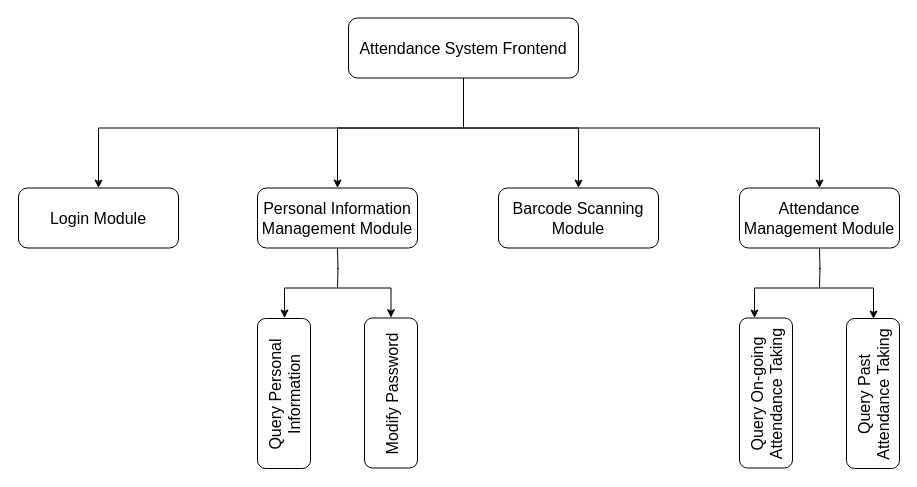
Earlier version of the draw.io diagram page "Page-2" (2 of 4) of attendance modules.drawio (fchen-group/attendance-system). Source tidied: cells renumbered, new cells numbered last; positions are measured from the earlier drawing's top-left corner, leaving out a move shared by most shapes. Both pictures are drawn from the tidied source at 100%, with x=0, y=0 at pixel (18, 18).
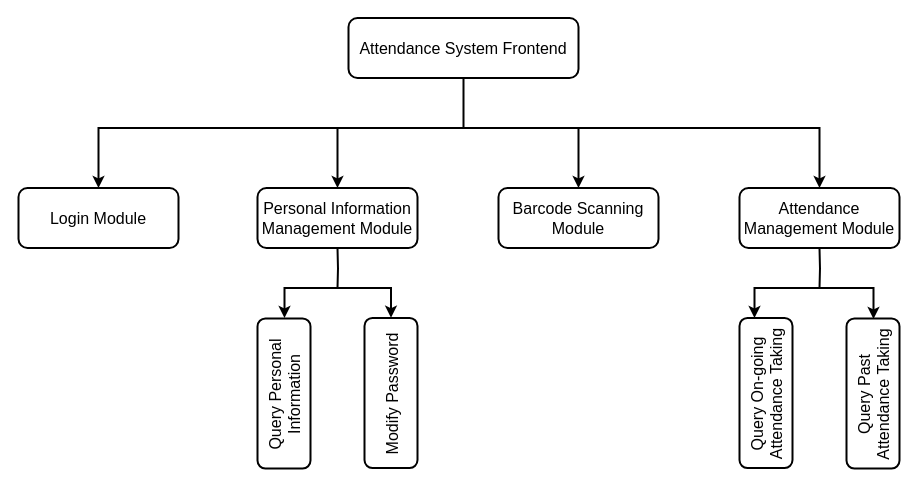
The same diagram, later.

What changed in the source:
```diff
@@
-    <mxCell id="2" style="group;" parent="1" vertex="1">
+    <mxCell id="2" style="group;strokeWidth=2;" parent="1" vertex="1">
       <mxGeometry y="-0.5" width="881" height="450.5" as="geometry" />
     </mxCell>
-    <mxCell id="3" style="edgeStyle=orthogonalEdgeStyle;rounded=0;jettySize=auto;html=1;startArrow=none;startFill=0;endArrow=none;endFill=0;fontSize=16;" parent="2" edge="1" source="4">
+    <mxCell id="3" style="edgeStyle=orthogonalEdgeStyle;rounded=0;jettySize=auto;html=1;startArrow=none;startFill=0;endArrow=none;endFill=0;fontSize=16;strokeWidth=2;" parent="2" edge="1" source="4">
       <mxGeometry relative="1" as="geometry">
         <mxPoint x="445" y="110" as="targetPoint" />
       </mxGeometry>
     </mxCell>
-    <mxCell id="4" value="Attendance System Frontend" style="rounded=1;whiteSpace=wrap;html=1;fontSize=16;" parent="2" vertex="1">
+    <mxCell id="4" value="Attendance System Frontend" style="rounded=1;whiteSpace=wrap;html=1;fontSize=16;strokeWidth=2;" parent="2" vertex="1">
       <mxGeometry x="330" width="230" height="60" as="geometry" />
     </mxCell>
-    <mxCell id="5" value="Login Module" style="rounded=1;whiteSpace=wrap;html=1;fontSize=16;" parent="2" vertex="1">
+    <mxCell id="5" value="Login Module" style="rounded=1;whiteSpace=wrap;html=1;fontSize=16;strokeWidth=2;" parent="2" vertex="1">
       <mxGeometry y="170" width="160" height="60" as="geometry" />
     </mxCell>
-    <mxCell id="6" value="Personal Information Management Module" style="rounded=1;whiteSpace=wrap;html=1;fontSize=16;" parent="2" vertex="1">
+    <mxCell id="6" value="Personal Information Management Module" style="rounded=1;whiteSpace=wrap;html=1;fontSize=16;strokeWidth=2;" parent="2" vertex="1">
       <mxGeometry x="239" y="170" width="160" height="60" as="geometry" />
     </mxCell>
-    <mxCell id="7" value="Barcode Scanning Module" style="rounded=1;whiteSpace=wrap;html=1;fontSize=16;" parent="2" vertex="1">
+    <mxCell id="7" value="Barcode Scanning Module" style="rounded=1;whiteSpace=wrap;html=1;fontSize=16;strokeWidth=2;" parent="2" vertex="1">
       <mxGeometry x="480" y="170" width="160" height="60" as="geometry" />
     </mxCell>
-    <mxCell id="8" style="edgeStyle=orthogonalEdgeStyle;rounded=0;jettySize=auto;html=1;exitX=0.5;exitY=0;exitDx=0;exitDy=0;startArrow=classic;startFill=1;endArrow=classic;endFill=1;fontSize=16;entryX=0.5;entryY=0;entryDx=0;entryDy=0;" parent="2" edge="1" source="6" target="7">
+    <mxCell id="8" style="edgeStyle=orthogonalEdgeStyle;rounded=0;jettySize=auto;html=1;exitX=0.5;exitY=0;exitDx=0;exitDy=0;startArrow=classic;startFill=1;endArrow=classic;endFill=1;fontSize=16;entryX=0.5;entryY=0;entryDx=0;entryDy=0;strokeWidth=2;" parent="2" edge="1" source="6" target="7">
       <mxGeometry relative="1" as="geometry">
         <Array as="points">
           <mxPoint x="319" y="110" />
           <mxPoint x="560" y="110" />
         </Array>
       </mxGeometry>
     </mxCell>
-    <mxCell id="9" value="Attendance Management Module" style="rounded=1;whiteSpace=wrap;html=1;fontSize=16;" parent="2" vertex="1">
+    <mxCell id="9" value="Attendance Management Module" style="rounded=1;whiteSpace=wrap;html=1;fontSize=16;strokeWidth=2;" parent="2" vertex="1">
       <mxGeometry x="721" y="170" width="160" height="60" as="geometry" />
     </mxCell>
-    <mxCell id="10" style="edgeStyle=orthogonalEdgeStyle;rounded=0;jettySize=auto;html=1;fontSize=16;exitX=0.5;exitY=0;exitDx=0;exitDy=0;endArrow=classic;endFill=1;startArrow=classic;startFill=1;" parent="2" edge="1" source="9" target="5">
+    <mxCell id="10" style="edgeStyle=orthogonalEdgeStyle;rounded=0;jettySize=auto;html=1;fontSize=16;exitX=0.5;exitY=0;exitDx=0;exitDy=0;endArrow=classic;endFill=1;startArrow=classic;startFill=1;strokeWidth=2;" parent="2" edge="1" source="9" target="5">
       <mxGeometry relative="1" as="geometry">
         <Array as="points">
           <mxPoint x="801" y="110" />
           <mxPoint x="80" y="110" />
         </Array>
       </mxGeometry>
     </mxCell>
-    <mxCell id="11" style="edgeStyle=orthogonalEdgeStyle;rounded=0;orthogonalLoop=1;jettySize=auto;html=1;exitX=0.5;exitY=1;exitDx=0;exitDy=0;startArrow=none;startFill=0;endArrow=none;endFill=0;fontSize=16;" parent="2" edge="1">
+    <mxCell id="11" style="edgeStyle=orthogonalEdgeStyle;rounded=0;orthogonalLoop=1;jettySize=auto;html=1;exitX=0.5;exitY=1;exitDx=0;exitDy=0;startArrow=none;startFill=0;endArrow=none;endFill=0;fontSize=16;strokeWidth=2;" parent="2" edge="1">
       <mxGeometry relative="1" as="geometry">
         <mxPoint x="319" y="230" as="sourcePoint" />
         <mxPoint x="319" y="270" as="targetPoint" />
       </mxGeometry>
     </mxCell>
-    <mxCell id="12" value="Modify Password" style="rounded=1;direction=south;horizontal=0;fontSize=16;" parent="2" vertex="1">
+    <mxCell id="12" value="Modify Password" style="rounded=1;direction=south;horizontal=0;fontSize=16;strokeWidth=2;" parent="2" vertex="1">
       <mxGeometry x="346" y="300" width="53" height="150" as="geometry" />
     </mxCell>
-    <mxCell id="13" style="edgeStyle=orthogonalEdgeStyle;elbow=vertical;rounded=0;fontSize=16;exitX=0;exitY=0.5;exitDx=0;exitDy=0;startArrow=classic;startFill=1;" parent="2" edge="1">
+    <mxCell id="13" style="edgeStyle=orthogonalEdgeStyle;elbow=vertical;rounded=0;fontSize=16;exitX=0;exitY=0.5;exitDx=0;exitDy=0;startArrow=classic;startFill=1;strokeWidth=2;" parent="2" edge="1">
       <mxGeometry relative="1" as="geometry">
         <mxPoint x="372.5" y="299.7" as="sourcePoint" />
         <mxPoint x="266" y="300" as="targetPoint" />
         <Array as="points">
           <mxPoint x="373" y="270" />
           <mxPoint x="266" y="270" />
         </Array>
       </mxGeometry>
     </mxCell>
-    <mxCell id="14" style="edgeStyle=orthogonalEdgeStyle;rounded=0;orthogonalLoop=1;jettySize=auto;html=1;exitX=0.5;exitY=1;exitDx=0;exitDy=0;startArrow=none;startFill=0;endArrow=none;endFill=0;fontSize=16;" parent="2" edge="1">
+    <mxCell id="14" style="edgeStyle=orthogonalEdgeStyle;rounded=0;orthogonalLoop=1;jettySize=auto;html=1;exitX=0.5;exitY=1;exitDx=0;exitDy=0;startArrow=none;startFill=0;endArrow=none;endFill=0;fontSize=16;strokeWidth=2;" parent="2" edge="1">
       <mxGeometry relative="1" as="geometry">
         <mxPoint x="801" y="230" as="sourcePoint" />
         <mxPoint x="801" y="270" as="targetPoint" />
       </mxGeometry>
     </mxCell>
-    <mxCell id="15" style="edgeStyle=orthogonalEdgeStyle;elbow=vertical;rounded=0;fontSize=16;exitX=0;exitY=0.5;exitDx=0;exitDy=0;startArrow=classic;startFill=1;" parent="2" edge="1">
+    <mxCell id="15" style="edgeStyle=orthogonalEdgeStyle;elbow=vertical;rounded=0;fontSize=16;exitX=0;exitY=0.5;exitDx=0;exitDy=0;startArrow=classic;startFill=1;strokeWidth=2;" parent="2" edge="1">
       <mxGeometry relative="1" as="geometry">
         <mxPoint x="855" y="301" as="sourcePoint" />
         <mxPoint x="736" y="300" as="targetPoint" />
         <Array as="points">
           <mxPoint x="855" y="270" />
           <mxPoint x="736" y="270" />
         </Array>
       </mxGeometry>
     </mxCell>
-    <mxCell id="16" value="Query Personal&#10;Information" style="rounded=1;direction=south;horizontal=0;fontSize=16;" parent="2" vertex="1">
+    <mxCell id="16" value="Query Personal&#10;Information" style="rounded=1;direction=south;horizontal=0;fontSize=16;strokeWidth=2;" parent="2" vertex="1">
       <mxGeometry x="239" y="300.5" width="53" height="150" as="geometry" />
     </mxCell>
-    <mxCell id="17" value="Query On-going&#10;Attendance Taking" style="rounded=1;direction=south;horizontal=0;fontSize=16;" parent="2" vertex="1">
+    <mxCell id="17" value="Query On-going&#10;Attendance Taking" style="rounded=1;direction=south;horizontal=0;fontSize=16;strokeWidth=2;" parent="2" vertex="1">
       <mxGeometry x="721" y="300" width="53" height="150" as="geometry" />
     </mxCell>
-    <mxCell id="18" value="Query Past&#10;Attendance Taking" style="rounded=1;direction=south;horizontal=0;fontSize=16;" parent="2" vertex="1">
+    <mxCell id="18" value="Query Past&#10;Attendance Taking" style="rounded=1;direction=south;horizontal=0;fontSize=16;strokeWidth=2;" parent="2" vertex="1">
       <mxGeometry x="828" y="300.5" width="53" height="150" as="geometry" />
     </mxCell>
```
